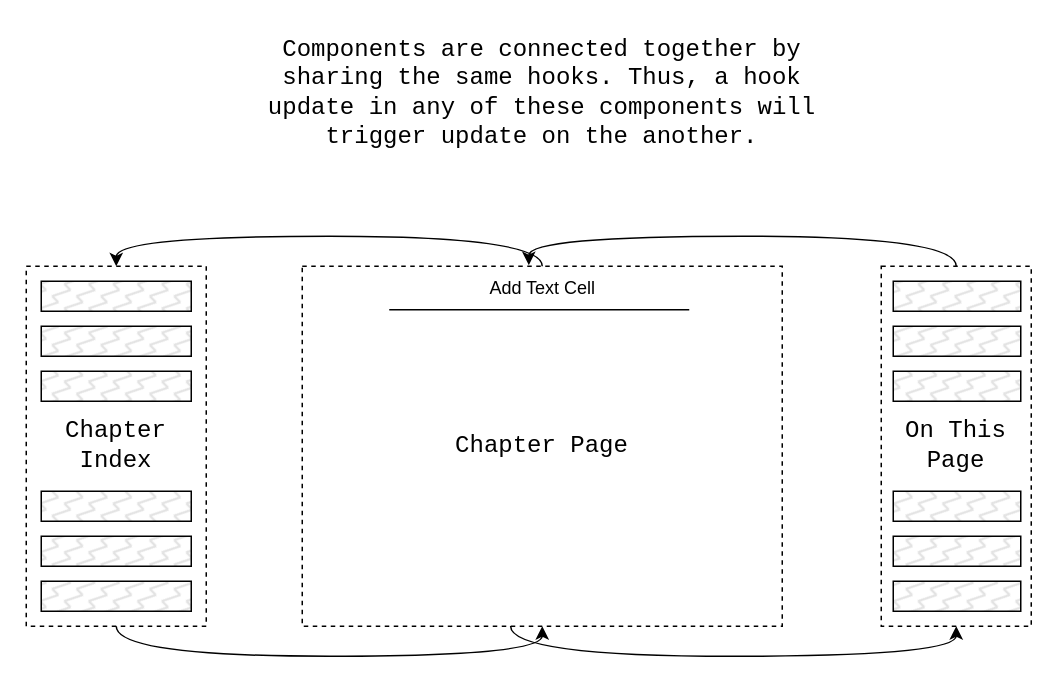
Above: page "Book" (1 of 3) of docs/design/components/Book.drawio in Rishabh-Dhami/gita (draw.io), before the change. Source tidied: cells renumbered, new cells numbered last; positions are measured from the earlier drawing's top-left corner, leaving out a move shared by most shapes. Both pictures are drawn from the tidied source at 150%, with x=0, y=0 at pixel (26, 26).
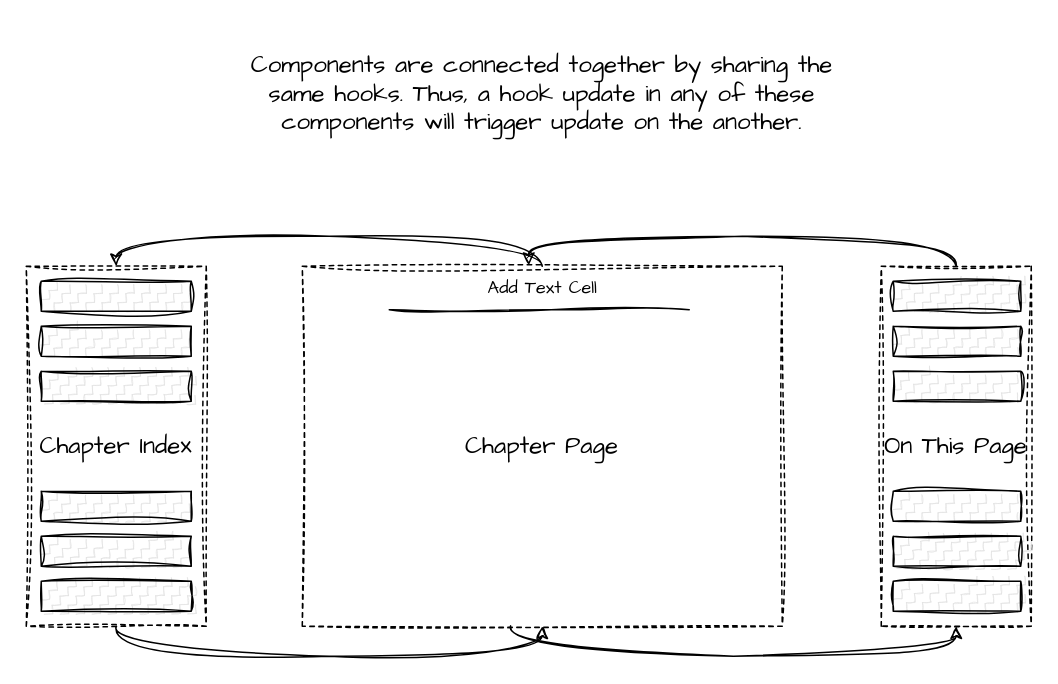
Above is the later version.

Change to the diagram source:
```diff
@@
-    <mxCell id="2" style="edgeStyle=orthogonalEdgeStyle;jettySize=auto;html=1;exitX=0.5;exitY=1;exitDx=0;exitDy=0;entryX=0.5;entryY=1;entryDx=0;entryDy=0;curved=1;" parent="1" edge="1" source="3" target="6">
+    <mxCell id="2" style="edgeStyle=orthogonalEdgeStyle;jettySize=auto;html=1;exitX=0.5;exitY=1;exitDx=0;exitDy=0;entryX=0.5;entryY=1;entryDx=0;entryDy=0;curved=1;sketch=1;curveFitting=1;jiggle=2;rounded=0;fontFamily=Architects Daughter;" parent="1" edge="1" source="3" target="6">
       <mxGeometry relative="1" as="geometry" />
     </mxCell>
-    <mxCell id="3" value="Chapter Index" style="rounded=0;whiteSpace=wrap;html=1;fillColor=none;dashed=1;fontSize=16;fontFamily=Courier New;" parent="1" vertex="1">
+    <mxCell id="3" value="Chapter Index" style="rounded=0;whiteSpace=wrap;html=1;fillColor=none;dashed=1;fontSize=16;fontFamily=Architects Daughter;sketch=1;curveFitting=1;jiggle=2;" parent="1" vertex="1">
       <mxGeometry y="160" width="120" height="240" as="geometry" />
     </mxCell>
-    <mxCell id="4" style="edgeStyle=orthogonalEdgeStyle;jettySize=auto;html=1;exitX=0.5;exitY=0;exitDx=0;exitDy=0;entryX=0.5;entryY=0;entryDx=0;entryDy=0;curved=1;" parent="1" edge="1" source="6" target="3">
+    <mxCell id="4" style="edgeStyle=orthogonalEdgeStyle;jettySize=auto;html=1;exitX=0.5;exitY=0;exitDx=0;exitDy=0;entryX=0.5;entryY=0;entryDx=0;entryDy=0;curved=1;sketch=1;curveFitting=1;jiggle=2;rounded=0;fontFamily=Architects Daughter;" parent="1" edge="1" source="6" target="3">
       <mxGeometry relative="1" as="geometry" />
     </mxCell>
-    <mxCell id="5" style="edgeStyle=orthogonalEdgeStyle;jettySize=auto;html=1;exitX=0.434;exitY=0.999;exitDx=0;exitDy=0;entryX=0.5;entryY=1;entryDx=0;entryDy=0;curved=1;exitPerimeter=0;" parent="1" edge="1" source="6" target="8">
+    <mxCell id="5" style="edgeStyle=orthogonalEdgeStyle;jettySize=auto;html=1;exitX=0.434;exitY=0.999;exitDx=0;exitDy=0;entryX=0.5;entryY=1;entryDx=0;entryDy=0;curved=1;exitPerimeter=0;sketch=1;curveFitting=1;jiggle=2;rounded=0;fontFamily=Architects Daughter;" parent="1" edge="1" source="6" target="8">
       <mxGeometry relative="1" as="geometry" />
     </mxCell>
-    <mxCell id="6" value="Chapter Page" style="rounded=0;whiteSpace=wrap;html=1;fillColor=none;dashed=1;fontSize=16;fontFamily=Courier New;" parent="1" vertex="1">
+    <mxCell id="6" value="Chapter Page" style="rounded=0;whiteSpace=wrap;html=1;fillColor=none;dashed=1;fontSize=16;fontFamily=Architects Daughter;sketch=1;curveFitting=1;jiggle=2;" parent="1" vertex="1">
       <mxGeometry x="184" y="160" width="320" height="240" as="geometry" />
     </mxCell>
-    <mxCell id="7" style="edgeStyle=orthogonalEdgeStyle;jettySize=auto;html=1;exitX=0.5;exitY=0;exitDx=0;exitDy=0;entryX=0.472;entryY=-0.003;entryDx=0;entryDy=0;entryPerimeter=0;curved=1;" parent="1" edge="1" source="8" target="6">
+    <mxCell id="7" style="edgeStyle=orthogonalEdgeStyle;jettySize=auto;html=1;exitX=0.5;exitY=0;exitDx=0;exitDy=0;entryX=0.472;entryY=-0.003;entryDx=0;entryDy=0;entryPerimeter=0;curved=1;sketch=1;curveFitting=1;jiggle=2;rounded=0;fontFamily=Architects Daughter;" parent="1" edge="1" source="8" target="6">
       <mxGeometry relative="1" as="geometry" />
     </mxCell>
-    <mxCell id="8" value="On This Page" style="rounded=0;whiteSpace=wrap;html=1;fillColor=none;dashed=1;fontSize=16;fontFamily=Courier New;" parent="1" vertex="1">
+    <mxCell id="8" value="On This Page" style="rounded=0;whiteSpace=wrap;html=1;fillColor=none;dashed=1;fontSize=16;fontFamily=Architects Daughter;sketch=1;curveFitting=1;jiggle=2;" parent="1" vertex="1">
       <mxGeometry x="570" y="160" width="100" height="240" as="geometry" />
     </mxCell>
-    <mxCell id="9" style="rounded=0;whiteSpace=wrap;html=1;fillStyle=zigzag-line;fillColor=#E3E3E3;" parent="1" vertex="1">
+    <mxCell id="9" style="rounded=0;whiteSpace=wrap;html=1;fillStyle=zigzag-line;fillColor=#E3E3E3;sketch=1;curveFitting=1;jiggle=2;fontFamily=Architects Daughter;" parent="1" vertex="1">
       <mxGeometry x="10" y="170" width="100" height="20" as="geometry" />
     </mxCell>
-    <mxCell id="10" style="rounded=0;whiteSpace=wrap;html=1;fillStyle=zigzag-line;fillColor=#E3E3E3;" parent="1" vertex="1">
+    <mxCell id="10" style="rounded=0;whiteSpace=wrap;html=1;fillStyle=zigzag-line;fillColor=#E3E3E3;sketch=1;curveFitting=1;jiggle=2;fontFamily=Architects Daughter;" parent="1" vertex="1">
       <mxGeometry x="10" y="200" width="100" height="20" as="geometry" />
     </mxCell>
-    <mxCell id="11" style="rounded=0;whiteSpace=wrap;html=1;fillStyle=zigzag-line;fillColor=#E3E3E3;" parent="1" vertex="1">
+    <mxCell id="11" style="rounded=0;whiteSpace=wrap;html=1;fillStyle=zigzag-line;fillColor=#E3E3E3;sketch=1;curveFitting=1;jiggle=2;fontFamily=Architects Daughter;" parent="1" vertex="1">
       <mxGeometry x="10" y="230" width="100" height="20" as="geometry" />
     </mxCell>
-    <mxCell id="12" style="rounded=0;whiteSpace=wrap;html=1;fillStyle=zigzag-line;fillColor=#E3E3E3;" parent="1" vertex="1">
+    <mxCell id="12" style="rounded=0;whiteSpace=wrap;html=1;fillStyle=zigzag-line;fillColor=#E3E3E3;sketch=1;curveFitting=1;jiggle=2;fontFamily=Architects Daughter;" parent="1" vertex="1">
       <mxGeometry x="10" y="310" width="100" height="20" as="geometry" />
     </mxCell>
-    <mxCell id="13" style="rounded=0;whiteSpace=wrap;html=1;fillStyle=zigzag-line;fillColor=#E3E3E3;" parent="1" vertex="1">
+    <mxCell id="13" style="rounded=0;whiteSpace=wrap;html=1;fillStyle=zigzag-line;fillColor=#E3E3E3;sketch=1;curveFitting=1;jiggle=2;fontFamily=Architects Daughter;" parent="1" vertex="1">
       <mxGeometry x="10" y="340" width="100" height="20" as="geometry" />
     </mxCell>
-    <mxCell id="14" style="rounded=0;whiteSpace=wrap;html=1;fillStyle=zigzag-line;fillColor=#E3E3E3;" parent="1" vertex="1">
+    <mxCell id="14" style="rounded=0;whiteSpace=wrap;html=1;fillStyle=zigzag-line;fillColor=#E3E3E3;sketch=1;curveFitting=1;jiggle=2;fontFamily=Architects Daughter;" parent="1" vertex="1">
       <mxGeometry x="10" y="370" width="100" height="20" as="geometry" />
     </mxCell>
-    <mxCell id="15" style="rounded=0;whiteSpace=wrap;html=1;fillStyle=zigzag-line;fillColor=#E3E3E3;" parent="1" vertex="1">
+    <mxCell id="15" style="rounded=0;whiteSpace=wrap;html=1;fillStyle=zigzag-line;fillColor=#E3E3E3;sketch=1;curveFitting=1;jiggle=2;fontFamily=Architects Daughter;" parent="1" vertex="1">
       <mxGeometry x="578" y="170" width="85" height="20" as="geometry" />
     </mxCell>
-    <mxCell id="16" style="rounded=0;whiteSpace=wrap;html=1;fillStyle=zigzag-line;fillColor=#E3E3E3;" parent="1" vertex="1">
+    <mxCell id="16" style="rounded=0;whiteSpace=wrap;html=1;fillStyle=zigzag-line;fillColor=#E3E3E3;sketch=1;curveFitting=1;jiggle=2;fontFamily=Architects Daughter;" parent="1" vertex="1">
       <mxGeometry x="578" y="200" width="85" height="20" as="geometry" />
     </mxCell>
-    <mxCell id="17" style="rounded=0;whiteSpace=wrap;html=1;fillStyle=zigzag-line;fillColor=#E3E3E3;" parent="1" vertex="1">
+    <mxCell id="17" style="rounded=0;whiteSpace=wrap;html=1;fillStyle=zigzag-line;fillColor=#E3E3E3;sketch=1;curveFitting=1;jiggle=2;fontFamily=Architects Daughter;" parent="1" vertex="1">
       <mxGeometry x="578" y="230" width="85" height="20" as="geometry" />
     </mxCell>
-    <mxCell id="18" style="rounded=0;whiteSpace=wrap;html=1;fillStyle=zigzag-line;fillColor=#E3E3E3;" parent="1" vertex="1">
+    <mxCell id="18" style="rounded=0;whiteSpace=wrap;html=1;fillStyle=zigzag-line;fillColor=#E3E3E3;sketch=1;curveFitting=1;jiggle=2;fontFamily=Architects Daughter;" parent="1" vertex="1">
       <mxGeometry x="578" y="310" width="85" height="20" as="geometry" />
     </mxCell>
-    <mxCell id="19" style="rounded=0;whiteSpace=wrap;html=1;fillStyle=zigzag-line;fillColor=#E3E3E3;" parent="1" vertex="1">
+    <mxCell id="19" style="rounded=0;whiteSpace=wrap;html=1;fillStyle=zigzag-line;fillColor=#E3E3E3;sketch=1;curveFitting=1;jiggle=2;fontFamily=Architects Daughter;" parent="1" vertex="1">
       <mxGeometry x="578" y="340" width="85" height="20" as="geometry" />
     </mxCell>
-    <mxCell id="20" style="rounded=0;whiteSpace=wrap;html=1;fillStyle=zigzag-line;fillColor=#E3E3E3;" parent="1" vertex="1">
+    <mxCell id="20" style="rounded=0;whiteSpace=wrap;html=1;fillStyle=zigzag-line;fillColor=#E3E3E3;sketch=1;curveFitting=1;jiggle=2;fontFamily=Architects Daughter;" parent="1" vertex="1">
       <mxGeometry x="578" y="370" width="85" height="20" as="geometry" />
     </mxCell>
-    <mxCell id="21" style="endArrow=none;html=1;rounded=0;" parent="1" edge="1">
+    <mxCell id="21" style="endArrow=none;html=1;rounded=0;sketch=1;curveFitting=1;jiggle=2;fontFamily=Architects Daughter;" parent="1" edge="1">
       <mxGeometry relative="1" as="geometry">
         <mxPoint x="242" y="189" as="sourcePoint" />
         <mxPoint x="442" y="189" as="targetPoint" />
         <Array as="points">
           <mxPoint x="350" y="189" />
         </Array>
       </mxGeometry>
     </mxCell>
-    <mxCell id="22" value="Add Text Cell" style="text;html=1;strokeColor=none;fillColor=none;align=center;verticalAlign=middle;whiteSpace=wrap;rounded=0;" parent="1" vertex="1">
+    <mxCell id="22" value="Add Text Cell" style="text;html=1;strokeColor=none;fillColor=none;align=center;verticalAlign=middle;whiteSpace=wrap;rounded=0;sketch=1;curveFitting=1;jiggle=2;fontFamily=Architects Daughter;" parent="1" vertex="1">
       <mxGeometry x="295.8" y="165" width="96.5" height="20" as="geometry" />
     </mxCell>
-    <mxCell id="23" value="Components are connected together by sharing the same hooks. Thus, a hook update in any of these components will trigger update on the another." style="text;html=1;strokeColor=none;fillColor=none;align=center;verticalAlign=middle;whiteSpace=wrap;rounded=0;fontFamily=Courier New;fontSize=16;" parent="1" vertex="1">
+    <mxCell id="23" value="Components are connected together by sharing the same hooks. Thus, a hook update in any of these components will trigger update on the another." style="text;html=1;strokeColor=none;fillColor=none;align=center;verticalAlign=middle;whiteSpace=wrap;rounded=0;fontFamily=Architects Daughter;fontSize=16;sketch=1;curveFitting=1;jiggle=2;" parent="1" vertex="1">
       <mxGeometry x="142" width="404" height="90" as="geometry" />
     </mxCell>
```
